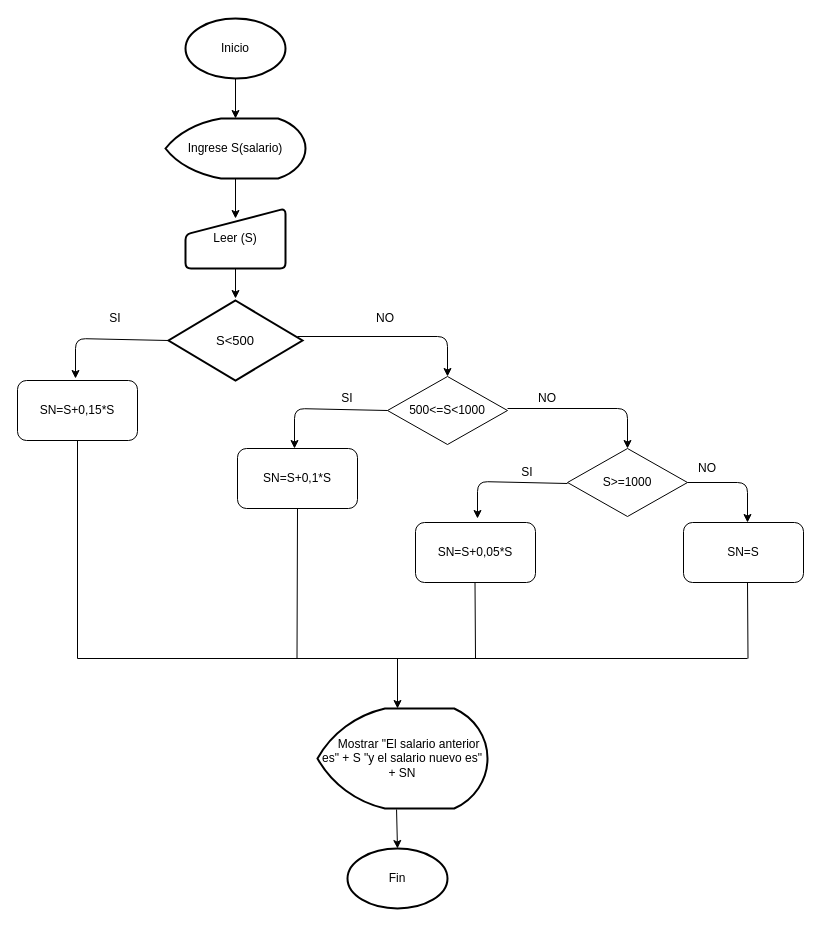
Earlier version of the draw.io diagram Diagramas de flujo 2.drawio (Jhaz602/diagramas). Source tidied: cells renumbered, new cells numbered last; positions are measured from the earlier drawing's top-left corner, leaving out a move shared by most shapes. Both pictures are drawn from the tidied source at 100%, with x=0, y=0 at pixel (17, 18).
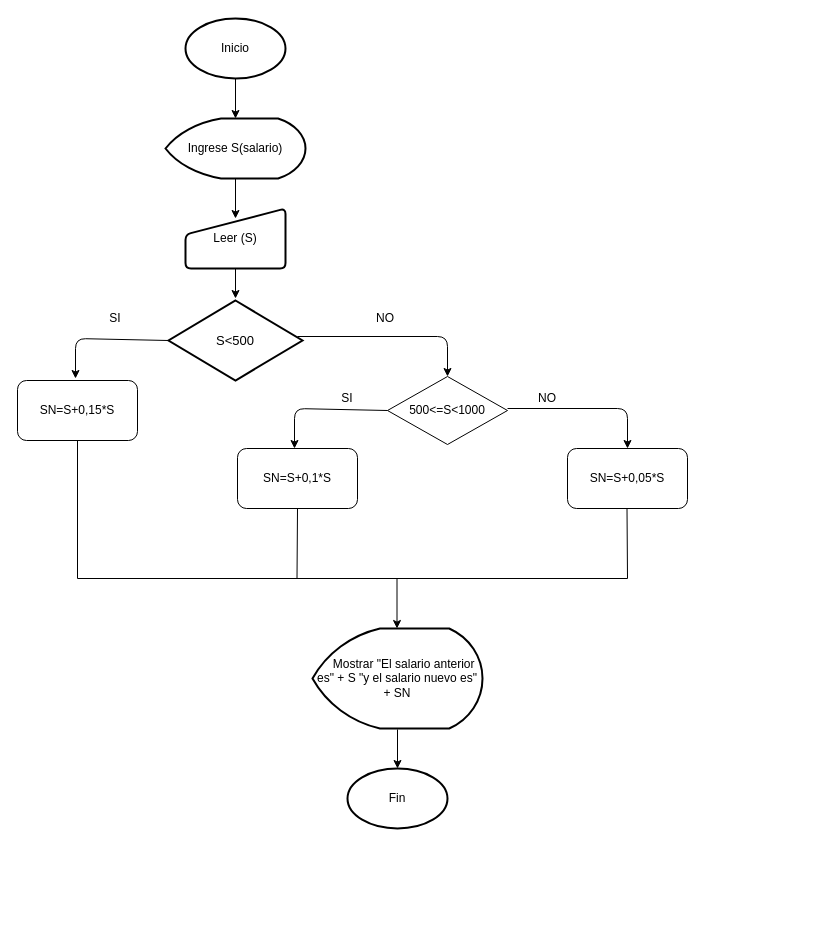
After the change.

The change refers to these unchanged cells:
```xml
<mxCell id="13" value="SN=S+0,15*S" style="rounded=1;whiteSpace=wrap;html=1;" parent="1" vertex="1">
  <mxGeometry y="362" width="120" height="60" as="geometry" />
</mxCell>
```

The edit, as a diff of the source:
```diff
@@
-    <mxCell id="21" value="S&amp;gt;=1000" style="rhombus;whiteSpace=wrap;html=1;" parent="1" vertex="1">
-      <mxGeometry x="550" y="430" width="120" height="68" as="geometry" />
-    </mxCell>
-    <mxCell id="22" value="SI" style="text;html=1;strokeColor=none;fillColor=none;align=center;verticalAlign=middle;whiteSpace=wrap;rounded=0;" parent="1" vertex="1">
-      <mxGeometry x="490" y="444" width="40" height="20" as="geometry" />
-    </mxCell>
-    <mxCell id="23" style="endArrow=classic;html=1;exitX=1;exitY=0.5;exitDx=0;exitDy=0;exitPerimeter=0;" parent="1" edge="1">
-      <mxGeometry relative="1" as="geometry">
-        <mxPoint x="550" y="465" as="sourcePoint" />
-        <mxPoint x="460" y="500" as="targetPoint" />
-        <Array as="points">
-          <mxPoint x="460" y="463" />
-        </Array>
-      </mxGeometry>
-    </mxCell>
     <mxCell id="24" value="SN=S+0,05*S" style="rounded=1;whiteSpace=wrap;html=1;" parent="1" vertex="1">
-      <mxGeometry x="398" y="504" width="120" height="60" as="geometry" />
+      <mxGeometry x="550" y="430" width="120" height="60" as="geometry" />
     </mxCell>
-    <mxCell id="25" style="endArrow=classic;html=1;" parent="1" edge="1">
-      <mxGeometry relative="1" as="geometry">
-        <mxPoint x="670" y="464" as="sourcePoint" />
-        <mxPoint x="730" y="504" as="targetPoint" />
-        <Array as="points">
-          <mxPoint x="730" y="464" />
-        </Array>
-      </mxGeometry>
-    </mxCell>
-    <mxCell id="26" value="NO" style="text;html=1;strokeColor=none;fillColor=none;align=center;verticalAlign=middle;whiteSpace=wrap;rounded=0;" parent="1" vertex="1">
-      <mxGeometry x="670" y="440" width="40" height="20" as="geometry" />
-    </mxCell>
-    <mxCell id="27" value="SN=S" style="rounded=1;whiteSpace=wrap;html=1;" parent="1" vertex="1">
-      <mxGeometry x="666" y="504" width="120" height="60" as="geometry" />
-    </mxCell>
     <mxCell id="28" value="&amp;nbsp; &amp;nbsp; Mostrar &quot;El salario anterior es&quot; + S &quot;y el salario nuevo es&quot; + SN" style="strokeWidth=2;html=1;shape=mxgraph.flowchart.display;whiteSpace=wrap;" parent="1" vertex="1">
-      <mxGeometry x="300" y="690" width="170" height="100" as="geometry" />
+      <mxGeometry x="295" y="610" width="170" height="100" as="geometry" />
     </mxCell>
     <mxCell id="29" style="endArrow=none;html=1;entryX=0.5;entryY=1;entryDx=0;entryDy=0;" parent="1" edge="1" target="13">
       <mxGeometry relative="1" as="geometry">
-        <mxPoint x="60" y="640" as="sourcePoint" />
+        <mxPoint x="60" y="560" as="sourcePoint" />
       </mxGeometry>
     </mxCell>
     <mxCell id="30" style="endArrow=none;html=1;" parent="1" edge="1">
       <mxGeometry relative="1" as="geometry">
-        <mxPoint x="730" y="640" as="sourcePoint" />
-        <mxPoint x="60" y="640" as="targetPoint" />
+        <mxPoint x="610" y="560" as="sourcePoint" />
+        <mxPoint x="60" y="560" as="targetPoint" />
       </mxGeometry>
     </mxCell>
     <mxCell id="31" style="endArrow=none;html=1;" parent="1" edge="1">
       <mxGeometry relative="1" as="geometry">
-        <mxPoint x="458" y="640" as="sourcePoint" />
-        <mxPoint x="457.5" y="564" as="targetPoint" />
+        <mxPoint x="610" y="560" as="sourcePoint" />
+        <mxPoint x="609.5" y="490" as="targetPoint" />
       </mxGeometry>
     </mxCell>
     <mxCell id="32" style="endArrow=none;html=1;" parent="1" edge="1">
       <mxGeometry relative="1" as="geometry">
-        <mxPoint x="279.5" y="640" as="sourcePoint" />
+        <mxPoint x="279.5" y="560" as="sourcePoint" />
         <mxPoint x="280" y="490" as="targetPoint" />
       </mxGeometry>
     </mxCell>
-    <mxCell id="33" style="endArrow=none;html=1;" parent="1" edge="1">
-      <mxGeometry relative="1" as="geometry">
-        <mxPoint x="730.5" y="640" as="sourcePoint" />
-        <mxPoint x="730" y="564" as="targetPoint" />
-      </mxGeometry>
-    </mxCell>
     <mxCell id="34" style="endArrow=classic;html=1;" parent="1" edge="1">
       <mxGeometry relative="1" as="geometry">
-        <mxPoint x="380" y="640" as="sourcePoint" />
-        <mxPoint x="380" y="690" as="targetPoint" />
+        <mxPoint x="379.5" y="560" as="sourcePoint" />
+        <mxPoint x="379.5" y="610" as="targetPoint" />
       </mxGeometry>
     </mxCell>
@@
     <mxCell id="36" value="Fin" style="strokeWidth=2;html=1;shape=mxgraph.flowchart.start_1;whiteSpace=wrap;" parent="1" vertex="1">
-      <mxGeometry x="330" y="830" width="100" height="60" as="geometry" />
+      <mxGeometry x="330" y="750" width="100" height="60" as="geometry" />
     </mxCell>
-    <mxCell id="37" style="endArrow=classic;html=1;exitX=0.465;exitY=1.01;exitDx=0;exitDy=0;exitPerimeter=0;entryX=0.5;entryY=0;entryDx=0;entryDy=0;entryPerimeter=0;" parent="1" edge="1" source="28" target="36">
-      <mxGeometry relative="1" as="geometry" />
+    <mxCell id="37" style="endArrow=classic;html=1;entryX=0.5;entryY=0;entryDx=0;entryDy=0;entryPerimeter=0;" parent="1" edge="1" target="36">
+      <mxGeometry relative="1" as="geometry">
+        <mxPoint x="380" y="711" as="sourcePoint" />
+      </mxGeometry>
     </mxCell>
```
